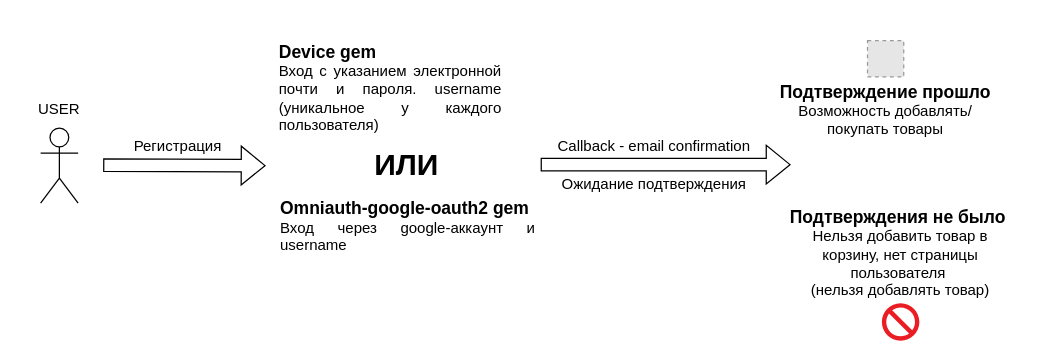
Earlier version of the draw.io diagram аутентификация.drawio (lada000/DigitalBazaar). Source tidied: cells renumbered, new cells numbered last; positions are measured from the earlier drawing's top-left corner, leaving out a move shared by most shapes. Both pictures are drawn from the tidied source at 125%, with x=0, y=0 at pixel (21, 40). Pictures stored in the file or linked from it are replaced by grey dashed boxes.
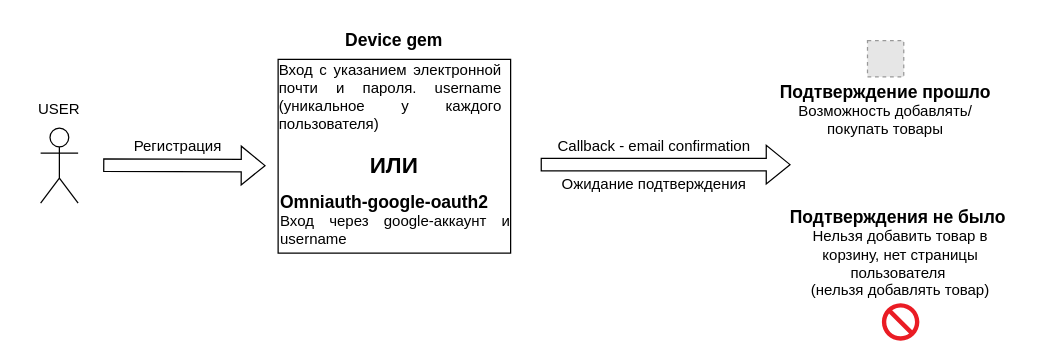
The same page after the edit.

Change to the diagram source:
```diff
@@
 <mxGraphModel>
   <root>
     <mxCell id="0" />
     <mxCell id="1" parent="0" />
+    <mxCell id="16" style="rounded=0;whiteSpace=wrap;html=1;" parent="1" vertex="1">
+      <mxGeometry x="205" y="15" width="186" height="155" as="geometry" />
+    </mxCell>
     <mxCell id="2" style="shape=umlActor;verticalLabelPosition=bottom;verticalAlign=top;html=1;" parent="1" vertex="1">
       <mxGeometry x="15" y="70" width="30" height="60" as="geometry" />
     </mxCell>
     <mxCell id="3" value="USER" style="text;html=1;align=center;verticalAlign=middle;whiteSpace=wrap;rounded=0;" parent="1" vertex="1">
       <mxGeometry y="40" width="60" height="30" as="geometry" />
     </mxCell>
     <mxCell id="4" style="shape=flexArrow;endArrow=classic;html=1;rounded=0;" parent="1" edge="1">
       <mxGeometry relative="1" as="geometry">
         <mxPoint x="65" y="99.6" as="sourcePoint" />
         <mxPoint x="195" y="100" as="targetPoint" />
       </mxGeometry>
     </mxCell>
     <mxCell id="5" value="Регистрация" style="text;html=1;align=center;verticalAlign=middle;whiteSpace=wrap;rounded=0;" parent="1" vertex="1">
       <mxGeometry x="95" y="70" width="60" height="30" as="geometry" />
     </mxCell>
-    <mxCell id="6" value="&lt;div style=&quot;text-align: left;&quot;&gt;&lt;b style=&quot;font-size: 14px; background-color: initial;&quot;&gt;Device gem&lt;/b&gt;&lt;/div&gt;&lt;div style=&quot;text-align: justify;&quot;&gt;&lt;span style=&quot;background-color: initial;&quot;&gt;Вход с указанием электронной почти и пароля. username (уникальное у каждого пользователя)&lt;/span&gt;&lt;/div&gt;&lt;div&gt;&lt;br&gt;&lt;/div&gt;" style="text;html=1;align=center;verticalAlign=middle;whiteSpace=wrap;rounded=0;" parent="1" vertex="1">
+    <mxCell id="6" value="&lt;div style=&quot;text-align: left;&quot;&gt;&lt;br&gt;&lt;/div&gt;&lt;div style=&quot;text-align: justify;&quot;&gt;&lt;span style=&quot;background-color: initial;&quot;&gt;Вход с указанием электронной почти и пароля. username (уникальное у каждого пользователя)&lt;/span&gt;&lt;/div&gt;&lt;div&gt;&lt;br&gt;&lt;/div&gt;" style="text;html=1;align=center;verticalAlign=middle;whiteSpace=wrap;rounded=0;" parent="1" vertex="1">
       <mxGeometry x="205" y="10" width="180" height="70" as="geometry" />
     </mxCell>
-    <mxCell id="7" value="&lt;font style=&quot;font-size: 24px;&quot;&gt;&lt;b&gt;ИЛИ&lt;/b&gt;&lt;/font&gt;" style="text;html=1;align=center;verticalAlign=middle;whiteSpace=wrap;rounded=0;" parent="1" vertex="1">
-      <mxGeometry x="278" y="85" width="60" height="30" as="geometry" />
+    <mxCell id="7" value="&lt;font style=&quot;font-size: 18px;&quot;&gt;&lt;b style=&quot;&quot;&gt;ИЛИ&lt;/b&gt;&lt;/font&gt;" style="text;html=1;align=center;verticalAlign=middle;whiteSpace=wrap;rounded=0;" parent="1" vertex="1">
+      <mxGeometry x="268" y="85" width="60" height="30" as="geometry" />
     </mxCell>
-    <mxCell id="8" value="&lt;font style=&quot;&quot;&gt;&lt;span style=&quot;font-weight: bold; font-size: 14px;&quot;&gt;Omniauth-google-oauth2 gem&lt;/span&gt;&lt;br&gt;&lt;div style=&quot;text-align: justify;&quot;&gt;&lt;span style=&quot;background-color: initial;&quot;&gt;Вход через google-аккаунт и username&lt;/span&gt;&lt;/div&gt;&lt;/font&gt;" style="text;html=1;align=left;verticalAlign=middle;whiteSpace=wrap;rounded=0;" parent="1" vertex="1">
-      <mxGeometry x="205" y="120" width="206" height="55" as="geometry" />
+    <mxCell id="8" value="&lt;font style=&quot;&quot;&gt;&lt;span style=&quot;font-weight: bold; font-size: 14px;&quot;&gt;Omniauth-google-oauth2&amp;nbsp;&lt;/span&gt;&lt;br&gt;&lt;div style=&quot;text-align: justify;&quot;&gt;&lt;span style=&quot;background-color: initial;&quot;&gt;Вход через google-аккаунт и username&lt;/span&gt;&lt;/div&gt;&lt;/font&gt;" style="text;html=1;align=left;verticalAlign=middle;whiteSpace=wrap;rounded=0;" parent="1" vertex="1">
+      <mxGeometry x="205" y="115" width="186" height="55" as="geometry" />
     </mxCell>
     <mxCell id="9" style="shape=flexArrow;endArrow=classic;html=1;rounded=0;" parent="1" edge="1">
       <mxGeometry relative="1" as="geometry">
         <mxPoint x="415" y="99.2" as="sourcePoint" />
         <mxPoint x="615" y="99.2" as="targetPoint" />
       </mxGeometry>
     </mxCell>
     <mxCell id="10" value="Callback - email confirmation" style="text;html=1;align=center;verticalAlign=middle;whiteSpace=wrap;rounded=0;" parent="1" vertex="1">
       <mxGeometry x="421" y="70" width="170" height="30" as="geometry" />
     </mxCell>
     <mxCell id="11" value="Ожидание подтверждения" style="text;html=1;align=center;verticalAlign=middle;whiteSpace=wrap;rounded=0;" parent="1" vertex="1">
       <mxGeometry x="411" y="100" width="190" height="30" as="geometry" />
     </mxCell>
     <mxCell id="12" style="fillColor=#E6E6E6;strokeColor=#999999;dashed=1;html=1;verticalAlign=top;verticalLabelPosition=bottom;labelBackgroundColor=#ffffff;" parent="1" vertex="1">
       <mxGeometry x="676.5" width="29" height="29" as="geometry" />
     </mxCell>
     <mxCell id="13" value="&lt;font style=&quot;font-size: 14px;&quot;&gt;&lt;b&gt;Подтверждение прошло&lt;/b&gt;&lt;/font&gt;&lt;br&gt;Возможность добавлять/покупать товары" style="text;html=1;align=center;verticalAlign=middle;whiteSpace=wrap;rounded=0;" parent="1" vertex="1">
       <mxGeometry x="601" y="40" width="180" height="30" as="geometry" />
     </mxCell>
     <mxCell id="14" style="sketch=0;shadow=0;dashed=0;html=1;strokeColor=none;labelPosition=center;verticalLabelPosition=bottom;verticalAlign=top;align=center;shape=mxgraph.mscae.enterprise.not_allowed;fillColor=#EA1C24;" parent="1" vertex="1">
       <mxGeometry x="688" y="210" width="30" height="30" as="geometry" />
     </mxCell>
     <mxCell id="15" value="&lt;font style=&quot;font-size: 14px;&quot;&gt;&lt;b&gt;Подтверждения не было&amp;nbsp;&lt;/b&gt;&lt;/font&gt;&lt;div&gt;&lt;font style=&quot;font-size: 12px;&quot;&gt;Нельзя добавить товар в корзину, нет страницы пользователя&amp;nbsp;&lt;/font&gt;&lt;/div&gt;&lt;div&gt;&lt;font style=&quot;font-size: 12px;&quot;&gt;(нельзя добавлять товар)&lt;/font&gt;&lt;/div&gt;" style="text;html=1;align=center;verticalAlign=middle;whiteSpace=wrap;rounded=0;" parent="1" vertex="1">
       <mxGeometry x="608" y="130" width="190" height="80" as="geometry" />
     </mxCell>
+    <mxCell id="17" value="&lt;b style=&quot;text-align: left; background-color: initial; font-size: 14px;&quot;&gt;Device gem&lt;/b&gt;" style="text;html=1;align=center;verticalAlign=middle;whiteSpace=wrap;rounded=0;" parent="1" vertex="1">
+      <mxGeometry x="250" y="-15" width="96" height="30" as="geometry" />
+    </mxCell>
   </root>
 </mxGraphModel>
```
